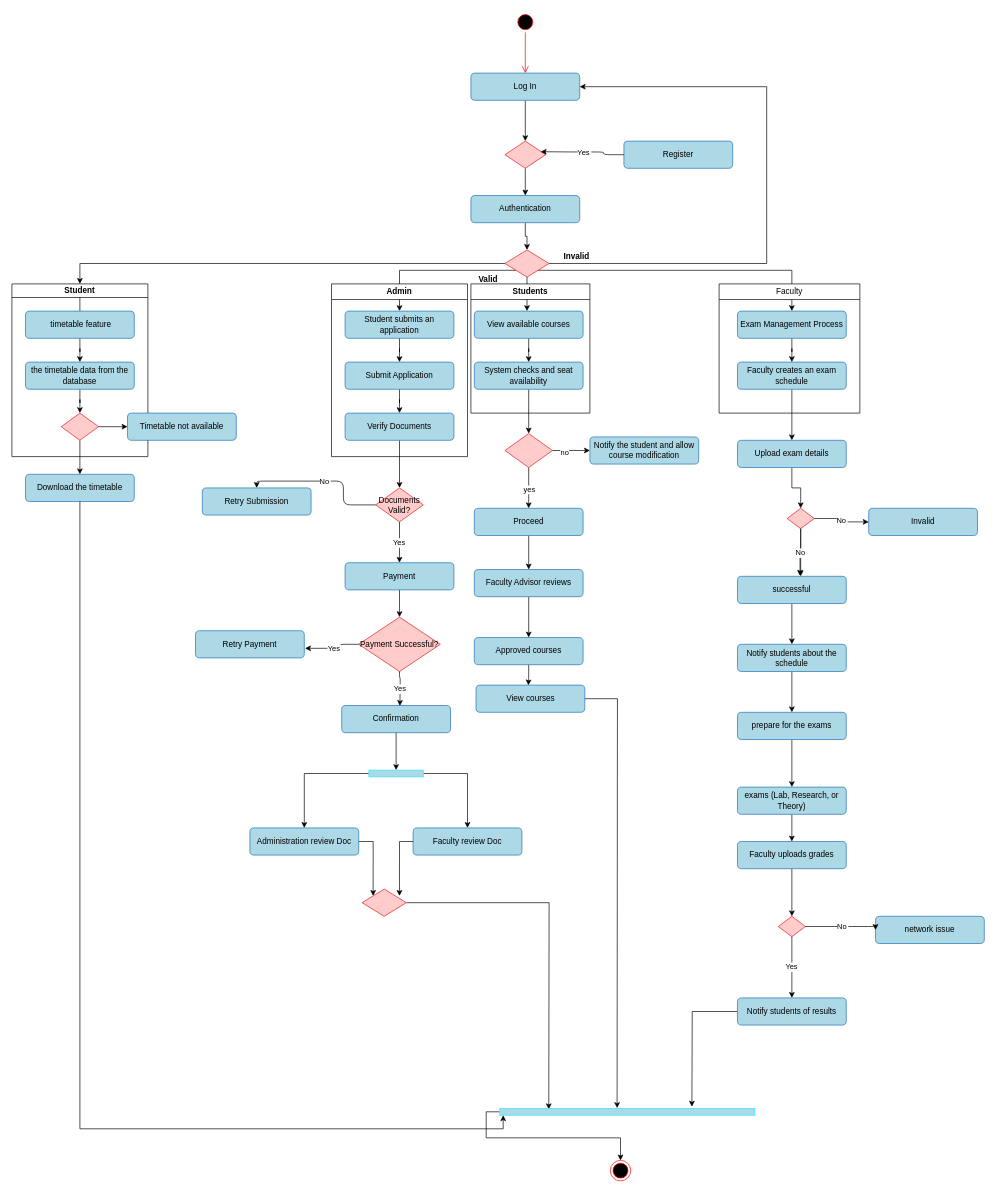
Above: page "Page-8" (2 of 4) of Untitled Diagram.drawio in AdityaJyoti2002/Tic-Tac-Toe (draw.io), before the change. Source tidied: cells renumbered, new cells numbered last; positions are measured from the earlier drawing's top-left corner, leaving out a move shared by most shapes. Both pictures are drawn from the tidied source at 68%, with x=0, y=0 at pixel (12, 12).
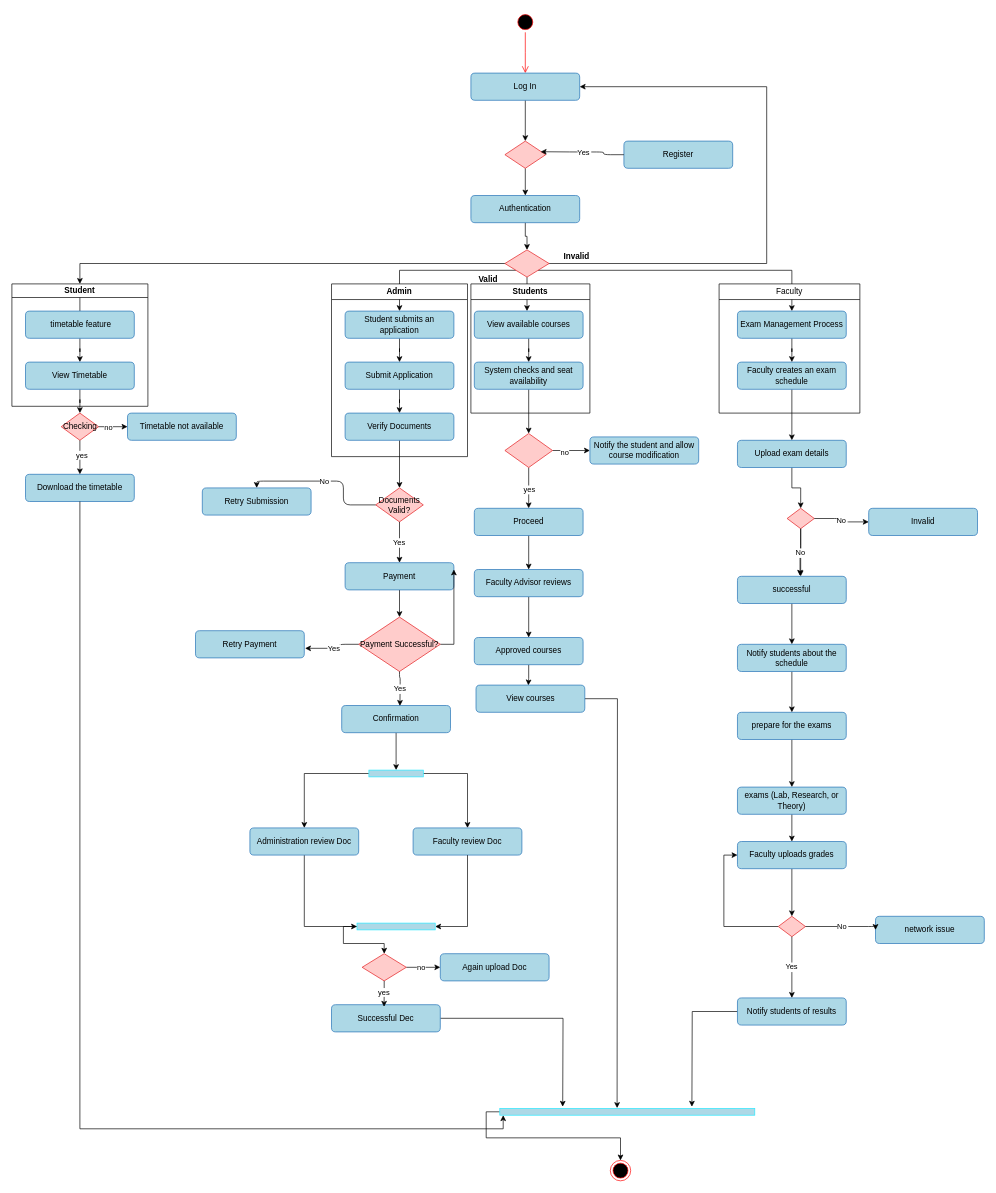
The same page after the edit.

The change refers to these unchanged cells:
```xml
<mxCell id="32" value="Payment" style="rounded=1;whiteSpace=wrap;html=1;fillColor=#add8e6;strokeColor=#2171b5;" parent="1" vertex="1">
  <mxGeometry x="490" y="810" width="160" height="40" as="geometry" />
</mxCell>
<mxCell id="33" value="Payment Successful?" style="rhombus;whiteSpace=wrap;html=1;fillColor=#ffcccb;strokeColor=#e31a1c;" parent="1" vertex="1">
  <mxGeometry x="510" y="890" width="120" height="80" as="geometry" />
</mxCell>
<mxCell id="46" value="&lt;span style=&quot;text-wrap: nowrap;&quot;&gt;Administration review Doc&lt;/span&gt;" style="rounded=1;whiteSpace=wrap;html=1;fillColor=#add8e6;strokeColor=#2171b5;" parent="1" vertex="1">
  <mxGeometry x="350" y="1200" width="160" height="40" as="geometry" />
</mxCell>
<mxCell id="47" value="&lt;span style=&quot;text-wrap: nowrap;&quot;&gt;Faculty&lt;/span&gt;&lt;span style=&quot;text-wrap: nowrap;&quot;&gt;&amp;nbsp;review Doc&lt;/span&gt;" style="rounded=1;whiteSpace=wrap;html=1;fillColor=#add8e6;strokeColor=#2171b5;" parent="1" vertex="1">
  <mxGeometry x="590" y="1200" width="160" height="40" as="geometry" />
</mxCell>
<mxCell id="82" value=" Faculty uploads grades" style="rounded=1;whiteSpace=wrap;html=1;fillColor=#add8e6;strokeColor=#2171b5;" parent="1" vertex="1">
  <mxGeometry x="1067" y="1220" width="160" height="40" as="geometry" />
</mxCell>
<mxCell id="86" style="rhombus;whiteSpace=wrap;html=1;fillColor=#ffcccb;strokeColor=#e31a1c;" parent="1" vertex="1">
  <mxGeometry x="1127" y="1330" width="40" height="30" as="geometry" />
</mxCell>
<mxCell id="106" style="edgeStyle=orthogonalEdgeStyle;rounded=0;jettySize=auto;html=1;entryX=0;entryY=0.5;entryDx=0;entryDy=0;" parent="1" edge="1" source="103" target="104">
  <mxGeometry relative="1" as="geometry" />
</mxCell>
<mxCell id="107" style="edgeStyle=orthogonalEdgeStyle;rounded=0;jettySize=auto;html=1;entryX=0.5;entryY=0;entryDx=0;entryDy=0;" parent="1" edge="1" source="103" target="105">
  <mxGeometry relative="1" as="geometry" />
</mxCell>
```

Diff of the diagram source:
```diff
@@
+    <mxCell id="110" style="edgeStyle=orthogonalEdgeStyle;rounded=0;jettySize=auto;html=1;entryX=1;entryY=0.25;entryDx=0;entryDy=0;exitX=1;exitY=0.5;exitDx=0;exitDy=0;" parent="1" edge="1" source="33" target="32">
+      <mxGeometry relative="1" as="geometry" />
+    </mxCell>
@@
-    <mxCell id="45" style="edgeStyle=orthogonalEdgeStyle;rounded=0;jettySize=auto;html=1;entryX=0;entryY=0;entryDx=0;entryDy=0;" parent="1" edge="1" source="46" target="52">
+    <mxCell id="45" style="edgeStyle=orthogonalEdgeStyle;rounded=0;jettySize=auto;html=1;" parent="1" edge="1" source="46" target="117">
       <mxGeometry relative="1" as="geometry" />
     </mxCell>
@@
-    <mxCell id="51" style="edgeStyle=orthogonalEdgeStyle;rounded=0;jettySize=auto;html=1;exitX=1;exitY=0.5;exitDx=0;exitDy=0;" parent="1" edge="1" source="52">
-      <mxGeometry relative="1" as="geometry">
-        <mxPoint x="789.5" y="1613.8" as="targetPoint" />
-      </mxGeometry>
-    </mxCell>
+    <mxCell id="111" style="edgeStyle=orthogonalEdgeStyle;rounded=0;jettySize=auto;html=1;entryX=0;entryY=0.5;entryDx=0;entryDy=0;" parent="1" edge="1" source="52" target="122">
+      <mxGeometry relative="1" as="geometry" />
+    </mxCell>
+    <mxCell id="112" value="no" style="edgeLabel;html=1;align=center;verticalAlign=middle;" parent="111" vertex="1">
+      <mxGeometry x="-0.18" y="1" relative="1" as="geometry" />
+    </mxCell>
     <mxCell id="52" style="rhombus;whiteSpace=wrap;html=1;fillColor=#ffcccb;strokeColor=#e31a1c;" parent="1" vertex="1">
-      <mxGeometry x="515" y="1290" width="65" height="40" as="geometry" />
+      <mxGeometry x="515" y="1385" width="65" height="40" as="geometry" />
     </mxCell>
-    <mxCell id="53" style="edgeStyle=orthogonalEdgeStyle;rounded=0;jettySize=auto;html=1;entryX=0.846;entryY=0.25;entryDx=0;entryDy=0;entryPerimeter=0;" parent="1" edge="1" source="47" target="52">
+    <mxCell id="53" style="edgeStyle=orthogonalEdgeStyle;rounded=0;jettySize=auto;html=1;" parent="1" edge="1" source="47" target="117">
       <mxGeometry relative="1" as="geometry" />
     </mxCell>
@@
+    <mxCell id="113" style="edgeStyle=orthogonalEdgeStyle;rounded=0;jettySize=auto;html=1;entryX=0;entryY=0.5;entryDx=0;entryDy=0;exitX=0;exitY=0.5;exitDx=0;exitDy=0;" parent="1" edge="1" source="86" target="82">
+      <mxGeometry relative="1" as="geometry" />
+    </mxCell>
@@
     <mxCell id="100" value="Student" style="swimlane;whiteSpace=wrap;html=1;startSize=20;" parent="1" vertex="1">
-      <mxGeometry y="400" width="200" height="254" as="geometry" />
+      <mxGeometry y="400" width="200" height="180" as="geometry" />
     </mxCell>
@@
-    <mxCell id="102" value="the timetable data from the database" style="rounded=1;whiteSpace=wrap;html=1;fillColor=#add8e6;strokeColor=#2171b5;" parent="100" vertex="1">
+    <mxCell id="102" value="View Timetable" style="rounded=1;whiteSpace=wrap;html=1;fillColor=#add8e6;strokeColor=#2171b5;" parent="100" vertex="1">
       <mxGeometry x="20" y="115" width="160" height="40" as="geometry" />
     </mxCell>
-    <mxCell id="103" style="rhombus;whiteSpace=wrap;html=1;fillColor=#ffcccb;strokeColor=#e31a1c;" parent="100" vertex="1">
+    <mxCell id="103" value="Checking" style="rhombus;whiteSpace=wrap;html=1;fillColor=#ffcccb;strokeColor=#e31a1c;" parent="100" vertex="1">
       <mxGeometry x="72.5" y="190" width="55" height="40" as="geometry" />
     </mxCell>
@@
+    <mxCell id="114" value="no" style="edgeLabel;html=1;align=center;verticalAlign=middle;" parent="106" vertex="1">
+      <mxGeometry x="-0.34" relative="1" as="geometry" />
+    </mxCell>
@@
+    <mxCell id="115" value="yes" style="edgeLabel;html=1;align=center;verticalAlign=middle;" parent="107" vertex="1">
+      <mxGeometry x="-0.15" y="2" relative="1" as="geometry" />
+    </mxCell>
@@
+    <mxCell id="116" style="edgeStyle=orthogonalEdgeStyle;rounded=0;jettySize=auto;html=1;curved=0;" parent="1" edge="1" source="117" target="52">
+      <mxGeometry relative="1" as="geometry" />
+    </mxCell>
+    <mxCell id="117" style="html=1;points=[[0,0,0,0,5],[0,1,0,0,-5],[1,0,0,0,5],[1,1,0,0,-5]];perimeter=orthogonalPerimeter;outlineConnect=0;targetShapes=umlLifeline;portConstraint=eastwest;newEdgeStyle={&quot;curved&quot;:0,&quot;rounded&quot;:0};rotation=90;direction=west;strokeColor=#26E9FF;fillColor=#ADD8E6;" parent="1" vertex="1">
+      <mxGeometry x="560" y="1287.5" width="10" height="115" as="geometry" />
+    </mxCell>
+    <mxCell id="118" style="edgeStyle=orthogonalEdgeStyle;rounded=0;jettySize=auto;html=1;" parent="1" edge="1" source="119">
+      <mxGeometry relative="1" as="geometry">
+        <mxPoint x="810" y="1610" as="targetPoint" />
+      </mxGeometry>
+    </mxCell>
+    <mxCell id="119" value="&lt;span style=&quot;text-wrap: nowrap;&quot;&gt;Successful Dec&lt;/span&gt;" style="rounded=1;whiteSpace=wrap;html=1;fillColor=#add8e6;strokeColor=#2171b5;" parent="1" vertex="1">
+      <mxGeometry x="470" y="1460" width="160" height="40" as="geometry" />
+    </mxCell>
+    <mxCell id="120" style="edgeStyle=orthogonalEdgeStyle;rounded=0;jettySize=auto;html=1;entryX=0.483;entryY=0.076;entryDx=0;entryDy=0;entryPerimeter=0;" parent="1" edge="1" source="52" target="119">
+      <mxGeometry relative="1" as="geometry" />
+    </mxCell>
+    <mxCell id="121" value="yes" style="edgeLabel;html=1;align=center;verticalAlign=middle;" parent="120" vertex="1">
+      <mxGeometry x="-0.2" y="-1" relative="1" as="geometry">
+        <mxPoint y="1" as="offset" />
+      </mxGeometry>
+    </mxCell>
+    <mxCell id="122" value="&lt;span style=&quot;text-wrap: nowrap;&quot;&gt;Again upload Doc&lt;/span&gt;" style="rounded=1;whiteSpace=wrap;html=1;fillColor=#add8e6;strokeColor=#2171b5;" parent="1" vertex="1">
+      <mxGeometry x="630" y="1385" width="160" height="40" as="geometry" />
+    </mxCell>
```
